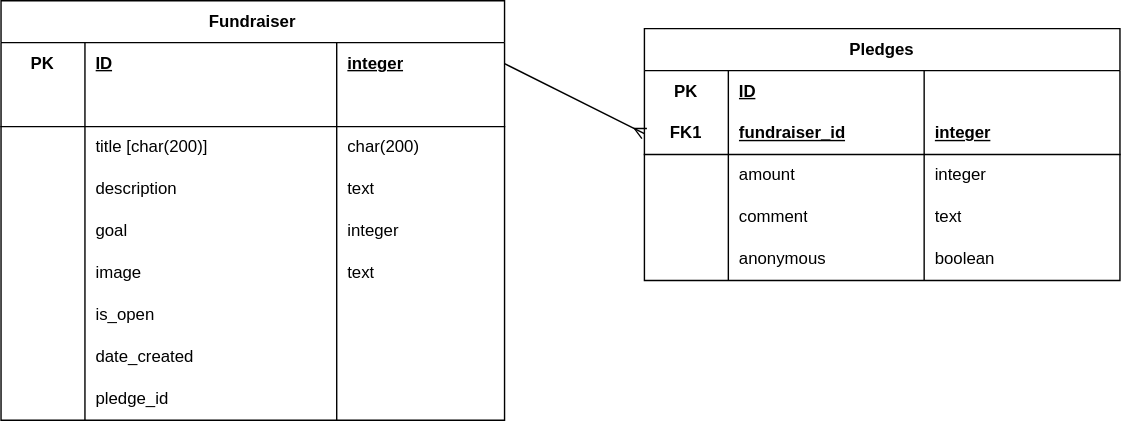
gonzagajoyce/crowdfunding_backend keeps this draw.io diagram as database.drawio.svg. Above is the earlier version. Source tidied: cells renumbered, new cells last; positions are measured from the earlier drawing's top-left corner, leaving out a move shared by most shapes.
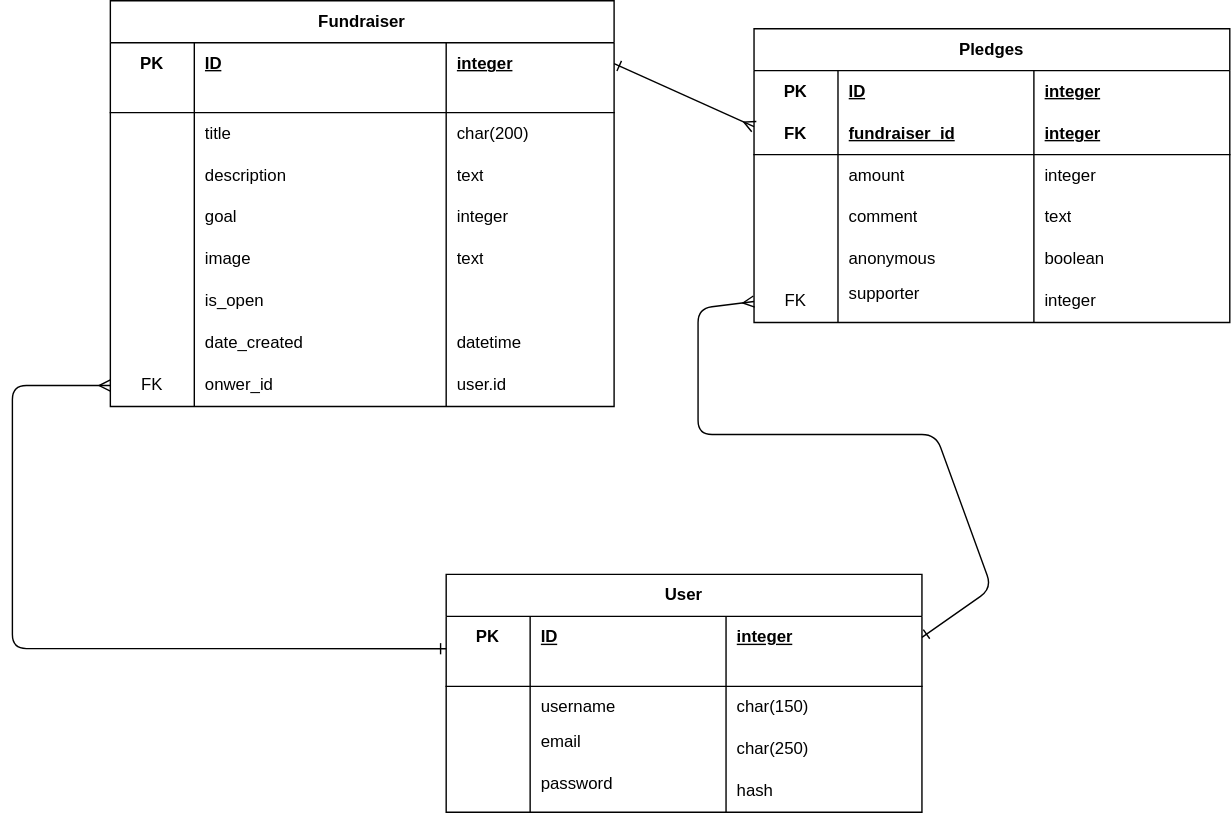
The same diagram one commit later.

Change to the diagram source:
```diff
@@ -3,7 +3,7 @@
     <mxCell id="0" />
     <mxCell id="1" parent="0" />
     <mxCell id="2" value="Fundraiser" style="shape=table;startSize=30;rowLines=0;fontStyle=1;align=center;html=1;whiteSpace=wrap;" parent="1" vertex="1">
-      <mxGeometry width="360" height="300" as="geometry" />
+      <mxGeometry width="360" height="290" as="geometry" />
     </mxCell>
     <mxCell id="3" style="shape=tableRow;horizontal=0;startSize=0;swimlaneHead=0;swimlaneBody=0;fillColor=none;points=[[0,0.5],[1,0.5]];portConstraint=eastwest;top=0;left=0;right=0;bottom=0;html=1;" parent="2" vertex="1">
       <mxGeometry y="30" width="360" height="30" as="geometry" />
@@ -18,31 +18,31 @@
       <mxGeometry x="240" width="120" height="30" as="geometry" />
     </mxCell>
     <mxCell id="7" style="shape=tableRow;horizontal=0;startSize=0;swimlaneHead=0;swimlaneBody=0;fillColor=none;top=0;left=0;right=0;bottom=1;html=1;" parent="2" vertex="1">
-      <mxGeometry y="60" width="360" height="30" as="geometry" />
+      <mxGeometry y="60" width="360" height="20" as="geometry" />
     </mxCell>
     <mxCell id="8" style="shape=partialRectangle;fillColor=none;top=0;left=0;bottom=0;right=0;fontStyle=1;overflow=hidden;html=1;whiteSpace=wrap;" parent="7" vertex="1">
-      <mxGeometry width="60" height="30" as="geometry" />
+      <mxGeometry width="60" height="20" as="geometry" />
     </mxCell>
     <mxCell id="9" style="shape=partialRectangle;fillColor=none;top=0;left=0;bottom=0;right=0;align=left;spacingLeft=6;fontStyle=5;overflow=hidden;html=1;whiteSpace=wrap;" parent="7" vertex="1">
-      <mxGeometry x="60" width="180" height="30" as="geometry" />
+      <mxGeometry x="60" width="180" height="20" as="geometry" />
     </mxCell>
     <mxCell id="10" style="shape=partialRectangle;fillColor=none;top=0;left=0;bottom=0;right=0;align=left;spacingLeft=6;fontStyle=5;overflow=hidden;html=1;whiteSpace=wrap;" parent="7" vertex="1">
-      <mxGeometry x="240" width="120" height="30" as="geometry" />
+      <mxGeometry x="240" width="120" height="20" as="geometry" />
     </mxCell>
     <mxCell id="11" style="shape=tableRow;horizontal=0;startSize=0;swimlaneHead=0;swimlaneBody=0;fillColor=none;top=0;left=0;right=0;bottom=0;html=1;" parent="2" vertex="1">
-      <mxGeometry y="90" width="360" height="30" as="geometry" />
+      <mxGeometry y="80" width="360" height="30" as="geometry" />
     </mxCell>
     <mxCell id="12" style="shape=partialRectangle;fillColor=none;top=0;left=0;bottom=0;right=0;overflow=hidden;html=1;whiteSpace=wrap;" parent="11" vertex="1">
       <mxGeometry width="60" height="30" as="geometry" />
     </mxCell>
-    <mxCell id="13" value="title [char(200)]" style="shape=partialRectangle;fillColor=none;top=0;left=0;bottom=0;right=0;align=left;spacingLeft=6;overflow=hidden;html=1;whiteSpace=wrap;" parent="11" vertex="1">
+    <mxCell id="13" value="title&amp;nbsp;" style="shape=partialRectangle;fillColor=none;top=0;left=0;bottom=0;right=0;align=left;spacingLeft=6;overflow=hidden;html=1;whiteSpace=wrap;" parent="11" vertex="1">
       <mxGeometry x="60" width="180" height="30" as="geometry" />
     </mxCell>
     <mxCell id="14" value="char(200)" style="shape=partialRectangle;fillColor=none;top=0;left=0;bottom=0;right=0;align=left;spacingLeft=6;overflow=hidden;html=1;whiteSpace=wrap;" parent="11" vertex="1">
       <mxGeometry x="240" width="120" height="30" as="geometry" />
     </mxCell>
     <mxCell id="15" style="shape=tableRow;horizontal=0;startSize=0;swimlaneHead=0;swimlaneBody=0;fillColor=none;top=0;left=0;right=0;bottom=0;html=1;" parent="2" vertex="1">
-      <mxGeometry y="120" width="360" height="30" as="geometry" />
+      <mxGeometry y="110" width="360" height="30" as="geometry" />
     </mxCell>
     <mxCell id="16" style="shape=partialRectangle;fillColor=none;top=0;left=0;bottom=0;right=0;overflow=hidden;html=1;whiteSpace=wrap;" parent="15" vertex="1">
       <mxGeometry width="60" height="30" as="geometry" />
@@ -54,7 +54,7 @@
       <mxGeometry x="240" width="120" height="30" as="geometry" />
     </mxCell>
     <mxCell id="19" style="shape=tableRow;horizontal=0;startSize=0;swimlaneHead=0;swimlaneBody=0;fillColor=none;top=0;left=0;right=0;bottom=0;html=1;" parent="2" vertex="1">
-      <mxGeometry y="150" width="360" height="30" as="geometry" />
+      <mxGeometry y="140" width="360" height="30" as="geometry" />
     </mxCell>
     <mxCell id="20" style="shape=partialRectangle;fillColor=none;top=0;left=0;bottom=0;right=0;overflow=hidden;html=1;whiteSpace=wrap;" parent="19" vertex="1">
       <mxGeometry width="60" height="30" as="geometry" />
@@ -66,7 +66,7 @@
       <mxGeometry x="240" width="120" height="30" as="geometry" />
     </mxCell>
     <mxCell id="23" style="shape=tableRow;horizontal=0;startSize=0;swimlaneHead=0;swimlaneBody=0;fillColor=none;top=0;left=0;right=0;bottom=0;html=1;" parent="2" vertex="1">
-      <mxGeometry y="180" width="360" height="30" as="geometry" />
+      <mxGeometry y="170" width="360" height="30" as="geometry" />
     </mxCell>
     <mxCell id="24" style="shape=partialRectangle;fillColor=none;top=0;left=0;bottom=0;right=0;overflow=hidden;html=1;whiteSpace=wrap;" parent="23" vertex="1">
       <mxGeometry width="60" height="30" as="geometry" />
@@ -78,7 +78,7 @@
       <mxGeometry x="240" width="120" height="30" as="geometry" />
     </mxCell>
     <mxCell id="27" style="shape=tableRow;horizontal=0;startSize=0;swimlaneHead=0;swimlaneBody=0;fillColor=none;top=0;left=0;right=0;bottom=0;html=1;" parent="2" vertex="1">
-      <mxGeometry y="210" width="360" height="30" as="geometry" />
+      <mxGeometry y="200" width="360" height="30" as="geometry" />
     </mxCell>
     <mxCell id="28" style="shape=partialRectangle;fillColor=none;top=0;left=0;bottom=0;right=0;overflow=hidden;html=1;whiteSpace=wrap;" parent="27" vertex="1">
       <mxGeometry width="60" height="30" as="geometry" />
@@ -90,7 +90,7 @@
       <mxGeometry x="240" width="120" height="30" as="geometry" />
     </mxCell>
     <mxCell id="31" style="shape=tableRow;horizontal=0;startSize=0;swimlaneHead=0;swimlaneBody=0;fillColor=none;top=0;left=0;right=0;bottom=0;html=1;" parent="2" vertex="1">
-      <mxGeometry y="240" width="360" height="30" as="geometry" />
+      <mxGeometry y="230" width="360" height="30" as="geometry" />
     </mxCell>
     <mxCell id="32" style="shape=partialRectangle;fillColor=none;top=0;left=0;bottom=0;right=0;overflow=hidden;html=1;whiteSpace=wrap;" parent="31" vertex="1">
       <mxGeometry width="60" height="30" as="geometry" />
@@ -98,23 +98,23 @@
     <mxCell id="33" value="date_created" style="shape=partialRectangle;fillColor=none;top=0;left=0;bottom=0;right=0;align=left;spacingLeft=6;overflow=hidden;html=1;whiteSpace=wrap;" parent="31" vertex="1">
       <mxGeometry x="60" width="180" height="30" as="geometry" />
     </mxCell>
-    <mxCell id="34" style="shape=partialRectangle;fillColor=none;top=0;left=0;bottom=0;right=0;align=left;spacingLeft=6;overflow=hidden;html=1;whiteSpace=wrap;" parent="31" vertex="1">
+    <mxCell id="34" value="datetime" style="shape=partialRectangle;fillColor=none;top=0;left=0;bottom=0;right=0;align=left;spacingLeft=6;overflow=hidden;html=1;whiteSpace=wrap;" parent="31" vertex="1">
       <mxGeometry x="240" width="120" height="30" as="geometry" />
     </mxCell>
     <mxCell id="35" style="shape=tableRow;horizontal=0;startSize=0;swimlaneHead=0;swimlaneBody=0;fillColor=none;points=[[0,0.5],[1,0.5]];portConstraint=eastwest;top=0;left=0;right=0;bottom=0;html=1;" parent="2" vertex="1">
-      <mxGeometry y="270" width="360" height="30" as="geometry" />
+      <mxGeometry y="260" width="360" height="30" as="geometry" />
     </mxCell>
-    <mxCell id="36" style="shape=partialRectangle;fillColor=none;top=0;left=0;bottom=0;right=0;overflow=hidden;html=1;whiteSpace=wrap;" parent="35" vertex="1">
+    <mxCell id="36" value="FK" style="shape=partialRectangle;fillColor=none;top=0;left=0;bottom=0;right=0;overflow=hidden;html=1;whiteSpace=wrap;" parent="35" vertex="1">
       <mxGeometry width="60" height="30" as="geometry" />
     </mxCell>
-    <mxCell id="37" value="pledge_id" style="shape=partialRectangle;fillColor=none;top=0;left=0;bottom=0;right=0;align=left;spacingLeft=6;overflow=hidden;html=1;whiteSpace=wrap;" parent="35" vertex="1">
+    <mxCell id="37" value="onwer_id" style="shape=partialRectangle;fillColor=none;top=0;left=0;bottom=0;right=0;align=left;spacingLeft=6;overflow=hidden;html=1;whiteSpace=wrap;" parent="35" vertex="1">
       <mxGeometry x="60" width="180" height="30" as="geometry" />
     </mxCell>
-    <mxCell id="38" style="shape=partialRectangle;fillColor=none;top=0;left=0;bottom=0;right=0;align=left;spacingLeft=6;overflow=hidden;html=1;whiteSpace=wrap;" parent="35" vertex="1">
+    <mxCell id="38" value="user.id" style="shape=partialRectangle;fillColor=none;top=0;left=0;bottom=0;right=0;align=left;spacingLeft=6;overflow=hidden;html=1;whiteSpace=wrap;" parent="35" vertex="1">
       <mxGeometry x="240" width="120" height="30" as="geometry" />
     </mxCell>
     <mxCell id="39" value="Pledges" style="shape=table;startSize=30;rowLines=0;fontStyle=1;align=center;html=1;whiteSpace=wrap;" parent="1" vertex="1">
-      <mxGeometry x="460" y="20" width="340" height="180" as="geometry" />
+      <mxGeometry x="460" y="20" width="340" height="210" as="geometry" />
     </mxCell>
     <mxCell id="40" style="shape=tableRow;horizontal=0;startSize=0;swimlaneHead=0;swimlaneBody=0;fillColor=none;top=0;left=0;right=0;bottom=0;html=1;" parent="39" vertex="1">
       <mxGeometry y="30" width="340" height="30" as="geometry" />
@@ -125,13 +125,13 @@
     <mxCell id="42" value="ID" style="shape=partialRectangle;fillColor=none;top=0;left=0;bottom=0;right=0;align=left;spacingLeft=6;fontStyle=5;overflow=hidden;html=1;whiteSpace=wrap;" parent="40" vertex="1">
       <mxGeometry x="60" width="140" height="30" as="geometry" />
     </mxCell>
-    <mxCell id="43" style="shape=partialRectangle;fillColor=none;top=0;left=0;bottom=0;right=0;align=left;spacingLeft=6;fontStyle=5;overflow=hidden;html=1;whiteSpace=wrap;" parent="40" vertex="1">
+    <mxCell id="43" value="integer" style="shape=partialRectangle;fillColor=none;top=0;left=0;bottom=0;right=0;align=left;spacingLeft=6;fontStyle=5;overflow=hidden;html=1;whiteSpace=wrap;" parent="40" vertex="1">
       <mxGeometry x="200" width="140" height="30" as="geometry" />
     </mxCell>
     <mxCell id="44" style="shape=tableRow;horizontal=0;startSize=0;swimlaneHead=0;swimlaneBody=0;fillColor=none;points=[[0,0.5],[1,0.5]];portConstraint=eastwest;top=0;left=0;right=0;bottom=1;html=1;" parent="39" vertex="1">
       <mxGeometry y="60" width="340" height="30" as="geometry" />
     </mxCell>
-    <mxCell id="45" value="FK1" style="shape=partialRectangle;fillColor=none;top=0;left=0;bottom=0;right=0;fontStyle=1;overflow=hidden;html=1;whiteSpace=wrap;" parent="44" vertex="1">
+    <mxCell id="45" value="FK" style="shape=partialRectangle;fillColor=none;top=0;left=0;bottom=0;right=0;fontStyle=1;overflow=hidden;html=1;whiteSpace=wrap;" parent="44" vertex="1">
       <mxGeometry width="60" height="30" as="geometry" />
     </mxCell>
     <mxCell id="46" value="fundraiser_id" style="shape=partialRectangle;fillColor=none;top=0;left=0;bottom=0;right=0;align=left;spacingLeft=6;fontStyle=5;overflow=hidden;html=1;whiteSpace=wrap;" parent="44" vertex="1">
@@ -176,8 +176,108 @@
     <mxCell id="59" value="boolean" style="shape=partialRectangle;fillColor=none;top=0;left=0;bottom=0;right=0;align=left;spacingLeft=6;overflow=hidden;html=1;whiteSpace=wrap;" parent="56" vertex="1">
       <mxGeometry x="200" width="140" height="30" as="geometry" />
     </mxCell>
+    <mxCell id="61" style="shape=tableRow;horizontal=0;startSize=0;swimlaneHead=0;swimlaneBody=0;fillColor=none;points=[[0,0.5],[1,0.5]];portConstraint=eastwest;top=0;left=0;right=0;bottom=0;html=1;" parent="39" vertex="1">
+      <mxGeometry y="180" width="340" height="30" as="geometry" />
+    </mxCell>
+    <mxCell id="62" value="FK" style="shape=partialRectangle;fillColor=none;top=0;left=0;bottom=0;right=0;overflow=hidden;html=1;whiteSpace=wrap;" parent="61" vertex="1">
+      <mxGeometry width="60" height="30" as="geometry" />
+    </mxCell>
+    <mxCell id="63" value="supporter&lt;span style=&quot;white-space: pre;&quot;&gt;&#9;&lt;/span&gt;" style="shape=partialRectangle;fillColor=none;top=0;left=0;bottom=0;right=0;align=left;spacingLeft=6;overflow=hidden;html=1;whiteSpace=wrap;" parent="61" vertex="1">
+      <mxGeometry x="60" width="140" height="30" as="geometry" />
+    </mxCell>
+    <mxCell id="64" value="integer" style="shape=partialRectangle;fillColor=none;top=0;left=0;bottom=0;right=0;align=left;spacingLeft=6;overflow=hidden;html=1;whiteSpace=wrap;" parent="61" vertex="1">
+      <mxGeometry x="200" width="140" height="30" as="geometry" />
+    </mxCell>
-    <mxCell id="60" style="edgeStyle=none;html=1;entryX=0;entryY=0.5;entryDx=0;entryDy=0;startArrow=none;startFill=0;endArrow=ERmany;endFill=0;exitX=1;exitY=0.5;exitDx=0;exitDy=0;" parent="1" edge="1" source="3" target="44">
-      <mxGeometry relative="1" as="geometry" />
+    <mxCell id="60" style="edgeStyle=none;html=1;startArrow=ERone;startFill=0;endArrow=ERmany;endFill=0;exitX=1;exitY=0.5;exitDx=0;exitDy=0;" parent="1" edge="1" source="3">
+      <mxGeometry relative="1" as="geometry">
+        <mxPoint x="460" y="90" as="targetPoint" />
+      </mxGeometry>
     </mxCell>
+    <mxCell id="65" value="User" style="shape=table;startSize=30;rowLines=0;fontStyle=1;align=center;html=1;whiteSpace=wrap;" parent="1" vertex="1">
+      <mxGeometry x="240" y="410" width="340" height="170" as="geometry" />
+    </mxCell>
+    <mxCell id="66" style="shape=tableRow;horizontal=0;startSize=0;swimlaneHead=0;swimlaneBody=0;fillColor=none;points=[[0,0.5],[1,0.5]];portConstraint=eastwest;top=0;left=0;right=0;bottom=0;html=1;" parent="65" vertex="1">
+      <mxGeometry y="30" width="340" height="30" as="geometry" />
+    </mxCell>
+    <mxCell id="67" value="PK" style="shape=partialRectangle;fillColor=none;top=0;left=0;bottom=0;right=0;fontStyle=1;overflow=hidden;html=1;whiteSpace=wrap;" parent="66" vertex="1">
+      <mxGeometry width="60" height="30" as="geometry" />
+    </mxCell>
+    <mxCell id="68" value="ID" style="shape=partialRectangle;fillColor=none;top=0;left=0;bottom=0;right=0;align=left;spacingLeft=6;fontStyle=5;overflow=hidden;html=1;whiteSpace=wrap;" parent="66" vertex="1">
+      <mxGeometry x="60" width="140" height="30" as="geometry" />
+    </mxCell>
+    <mxCell id="69" value="integer" style="shape=partialRectangle;fillColor=none;top=0;left=0;bottom=0;right=0;align=left;spacingLeft=6;fontStyle=5;overflow=hidden;html=1;whiteSpace=wrap;" parent="66" vertex="1">
+      <mxGeometry x="200" width="140" height="30" as="geometry" />
+    </mxCell>
+    <mxCell id="70" style="shape=tableRow;horizontal=0;startSize=0;swimlaneHead=0;swimlaneBody=0;fillColor=none;top=0;left=0;right=0;bottom=1;html=1;" parent="65" vertex="1">
+      <mxGeometry y="60" width="340" height="20" as="geometry" />
+    </mxCell>
+    <mxCell id="71" style="shape=partialRectangle;fillColor=none;top=0;left=0;bottom=0;right=0;fontStyle=1;overflow=hidden;html=1;whiteSpace=wrap;" parent="70" vertex="1">
+      <mxGeometry width="60" height="20" as="geometry" />
+    </mxCell>
+    <mxCell id="72" style="shape=partialRectangle;fillColor=none;top=0;left=0;bottom=0;right=0;align=left;spacingLeft=6;fontStyle=5;overflow=hidden;html=1;whiteSpace=wrap;" parent="70" vertex="1">
+      <mxGeometry x="60" width="140" height="20" as="geometry" />
+    </mxCell>
+    <mxCell id="73" style="shape=partialRectangle;fillColor=none;top=0;left=0;bottom=0;right=0;align=left;spacingLeft=6;fontStyle=5;overflow=hidden;html=1;whiteSpace=wrap;" parent="70" vertex="1">
+      <mxGeometry x="200" width="140" height="20" as="geometry" />
+    </mxCell>
+    <mxCell id="74" style="shape=tableRow;horizontal=0;startSize=0;swimlaneHead=0;swimlaneBody=0;fillColor=none;top=0;left=0;right=0;bottom=0;html=1;" parent="65" vertex="1">
+      <mxGeometry y="80" width="340" height="30" as="geometry" />
+    </mxCell>
+    <mxCell id="75" style="shape=partialRectangle;fillColor=none;top=0;left=0;bottom=0;right=0;overflow=hidden;html=1;whiteSpace=wrap;" parent="74" vertex="1">
+      <mxGeometry width="60" height="30" as="geometry" />
+    </mxCell>
+    <mxCell id="76" value="username" style="shape=partialRectangle;fillColor=none;top=0;left=0;bottom=0;right=0;align=left;spacingLeft=6;overflow=hidden;html=1;whiteSpace=wrap;" parent="74" vertex="1">
+      <mxGeometry x="60" width="140" height="30" as="geometry" />
+    </mxCell>
+    <mxCell id="77" value="char(150)" style="shape=partialRectangle;fillColor=none;top=0;left=0;bottom=0;right=0;align=left;spacingLeft=6;overflow=hidden;html=1;whiteSpace=wrap;" parent="74" vertex="1">
+      <mxGeometry x="200" width="140" height="30" as="geometry" />
+    </mxCell>
+    <mxCell id="78" style="shape=tableRow;horizontal=0;startSize=0;swimlaneHead=0;swimlaneBody=0;fillColor=none;top=0;left=0;right=0;bottom=0;html=1;" parent="65" vertex="1">
+      <mxGeometry y="110" width="340" height="30" as="geometry" />
+    </mxCell>
+    <mxCell id="79" style="shape=partialRectangle;fillColor=none;top=0;left=0;bottom=0;right=0;overflow=hidden;html=1;whiteSpace=wrap;" parent="78" vertex="1">
+      <mxGeometry width="60" height="30" as="geometry" />
+    </mxCell>
+    <mxCell id="80" value="email&lt;span style=&quot;white-space: pre;&quot;&gt;&#9;&lt;/span&gt;" style="shape=partialRectangle;fillColor=none;top=0;left=0;bottom=0;right=0;align=left;spacingLeft=6;overflow=hidden;html=1;whiteSpace=wrap;" parent="78" vertex="1">
+      <mxGeometry x="60" width="140" height="30" as="geometry" />
+    </mxCell>
+    <mxCell id="81" value="char(250)" style="shape=partialRectangle;fillColor=none;top=0;left=0;bottom=0;right=0;align=left;spacingLeft=6;overflow=hidden;html=1;whiteSpace=wrap;" parent="78" vertex="1">
+      <mxGeometry x="200" width="140" height="30" as="geometry" />
+    </mxCell>
+    <mxCell id="82" style="shape=tableRow;horizontal=0;startSize=0;swimlaneHead=0;swimlaneBody=0;fillColor=none;top=0;left=0;right=0;bottom=0;html=1;" parent="65" vertex="1">
+      <mxGeometry y="140" width="340" height="30" as="geometry" />
+    </mxCell>
+    <mxCell id="83" style="shape=partialRectangle;fillColor=none;top=0;left=0;bottom=0;right=0;overflow=hidden;html=1;whiteSpace=wrap;" parent="82" vertex="1">
+      <mxGeometry width="60" height="30" as="geometry" />
+    </mxCell>
+    <mxCell id="84" value="password&lt;span style=&quot;white-space: pre;&quot;&gt;&#9;&lt;/span&gt;" style="shape=partialRectangle;fillColor=none;top=0;left=0;bottom=0;right=0;align=left;spacingLeft=6;overflow=hidden;html=1;whiteSpace=wrap;" parent="82" vertex="1">
+      <mxGeometry x="60" width="140" height="30" as="geometry" />
+    </mxCell>
+    <mxCell id="85" value="hash" style="shape=partialRectangle;fillColor=none;top=0;left=0;bottom=0;right=0;align=left;spacingLeft=6;overflow=hidden;html=1;whiteSpace=wrap;" parent="82" vertex="1">
+      <mxGeometry x="200" width="140" height="30" as="geometry" />
+    </mxCell>
+    <mxCell id="86" style="edgeStyle=none;html=1;startArrow=ERone;startFill=0;endArrow=ERmany;endFill=0;entryX=0;entryY=0.5;entryDx=0;entryDy=0;" parent="1" edge="1" target="35">
+      <mxGeometry relative="1" as="geometry">
+        <mxPoint x="240" y="463.1" as="sourcePoint" />
+        <Array as="points">
+          <mxPoint x="-70" y="463" />
+          <mxPoint x="-70" y="340" />
+          <mxPoint x="-70" y="275" />
+        </Array>
+      </mxGeometry>
+    </mxCell>
+    <mxCell id="87" style="edgeStyle=none;html=1;entryX=0.406;entryY=1.067;entryDx=0;entryDy=0;entryPerimeter=0;endArrow=ERmany;endFill=0;startArrow=ERone;startFill=0;" parent="1" edge="1" source="65" target="x">
+      <mxGeometry relative="1" as="geometry" />
+    </mxCell>
+    <mxCell id="88" style="edgeStyle=none;html=1;exitX=0;exitY=0.5;exitDx=0;exitDy=0;entryX=1;entryY=0.5;entryDx=0;entryDy=0;endArrow=ERone;endFill=0;startArrow=ERmany;startFill=0;" parent="1" edge="1" source="61" target="66">
+      <mxGeometry relative="1" as="geometry">
+        <Array as="points">
+          <mxPoint x="420" y="220" />
+          <mxPoint x="420" y="310" />
+          <mxPoint x="590" y="310" />
+          <mxPoint x="630" y="420" />
+        </Array>
+      </mxGeometry>
+    </mxCell>
   </root>
 </mxGraphModel>
```
